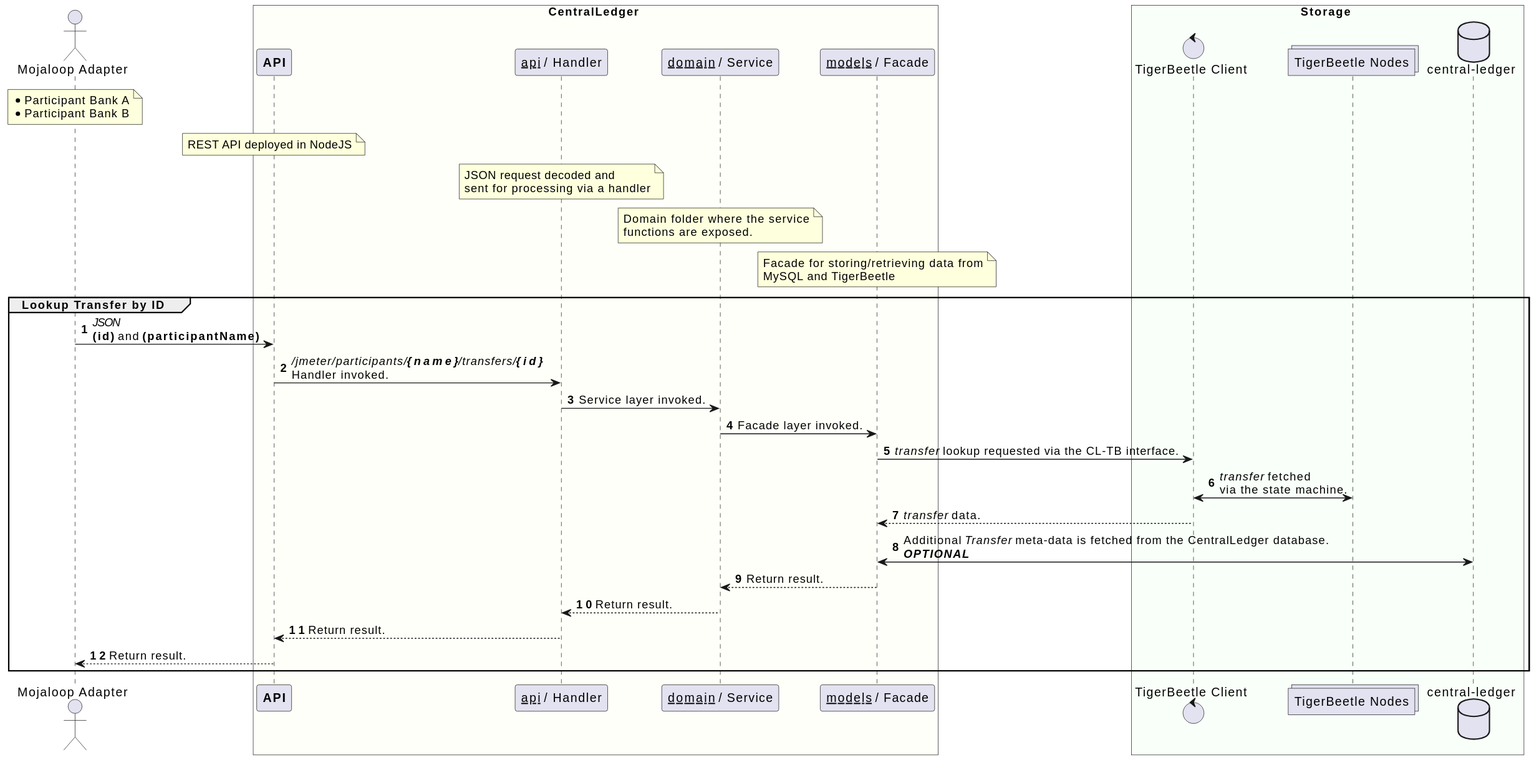
The PlantUML diagram solution_design/sequence-transfer-tb-enabled-lookup.svg in coilhq/mucoa, before a commit.
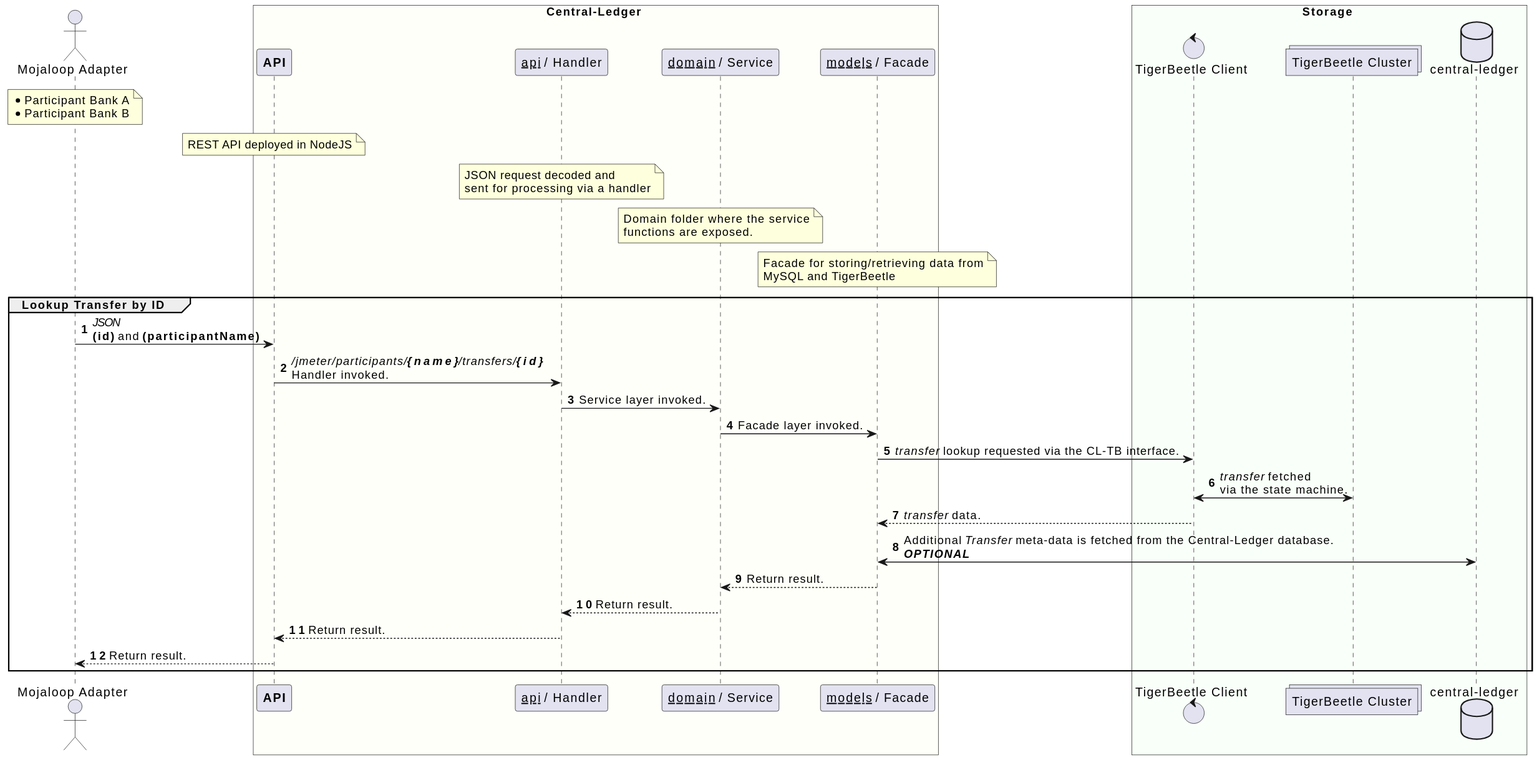
Above is the later version.

Diff of the diagram source:
```diff
@@ -6,7 +6,7 @@
     * Participant Bank B
 end note
 
-box CentralLedger #FFFFF9
+box Central-Ledger #FFFFF9
     participant "**API**" as cl_api
     participant "__api__ / Handler" as cl_handler
     participant "__domain__ / Service" as cl_domain
@@ -34,7 +34,7 @@
 
 box Storage #F9FFF9
 	control "TigerBeetle Client" as tb_client
-	collections "TigerBeetle Nodes" as tb_nodes
+	collections "TigerBeetle Cluster" as tb_nodes
     database "central-ledger" as cl_db
 end box
 
@@ -47,7 +47,7 @@
     cl_facade -> tb_client : //transfer// lookup requested via the CL-TB interface.
     tb_client <-> tb_nodes : //transfer// fetched\nvia the state machine.
     tb_client --> cl_facade : //transfer// data.
-    cl_facade <-> cl_db : Additional //Transfer// meta-data is fetched from the CentralLedger database.\n**//OPTIONAL//**
+    cl_facade <-> cl_db : Additional //Transfer// meta-data is fetched from the Central-Ledger database.\n**//OPTIONAL//**
     cl_facade --> cl_domain : Return result.
     cl_domain --> cl_handler : Return result.
     cl_handler --> cl_api : Return result.
```
